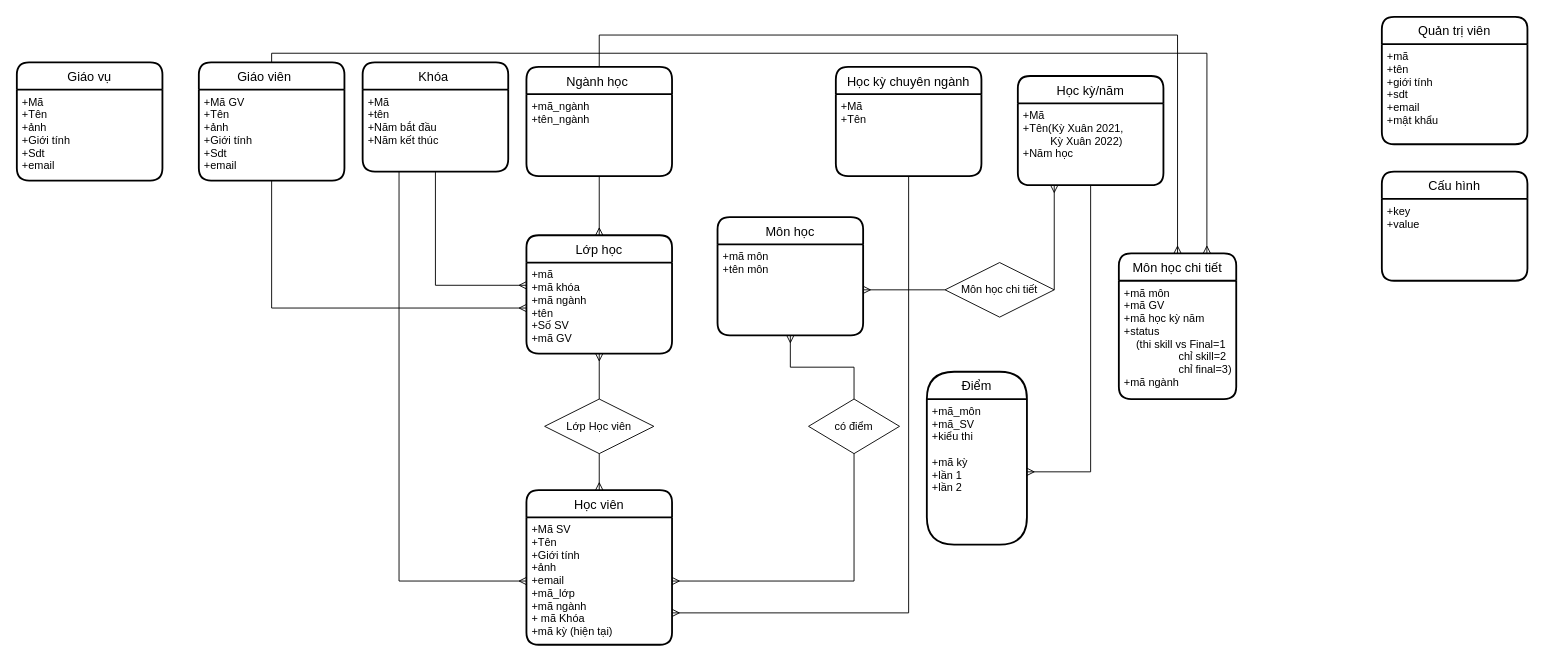
Before: page "Page-1" (1 of 2) of document/QuanLyDiem - So_do_thuc_the.drawio in AnhQB/QuanLyDiemHocVien, a draw.io diagram. Source tidied: cells renumbered, new cells numbered last; positions are measured from the earlier drawing's top-left corner, leaving out a move shared by most shapes. Both pictures are drawn from the tidied source at 91%, with x=0, y=0 at pixel (16, 16).
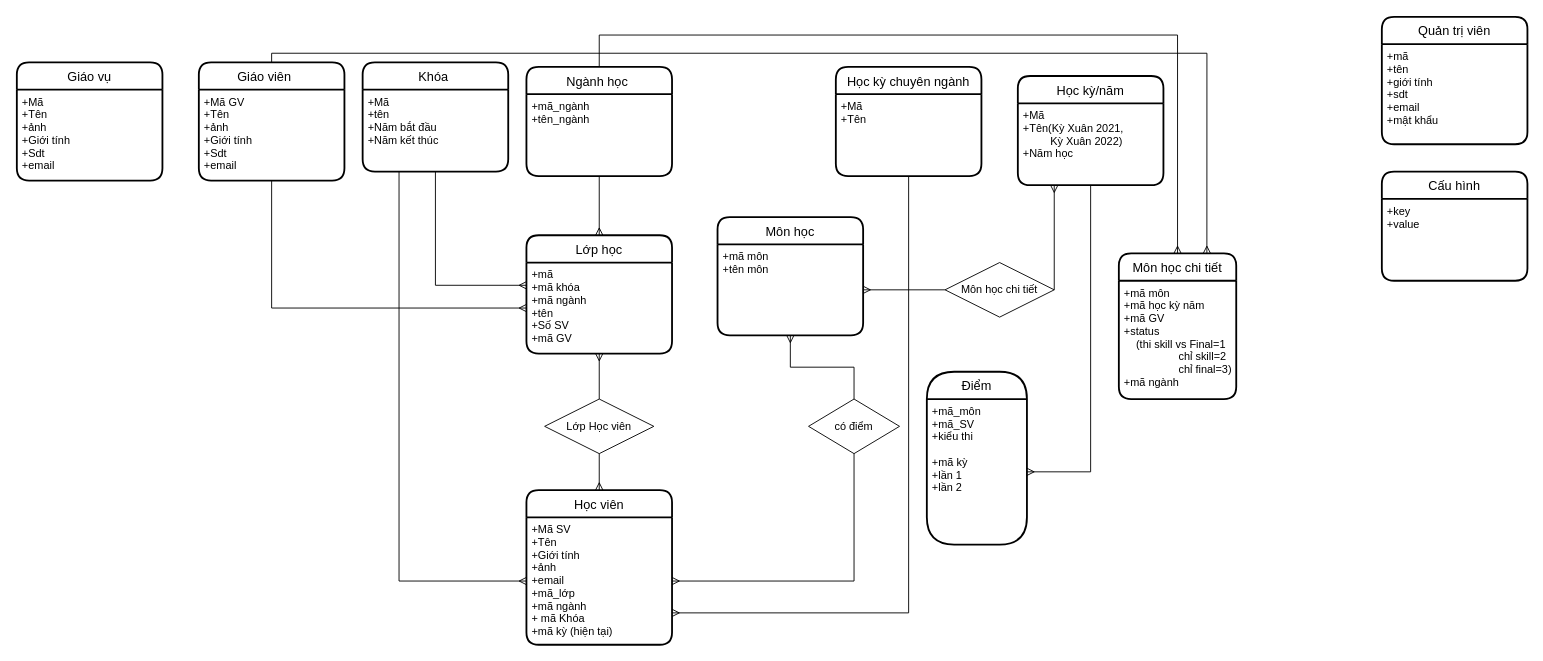
The same diagram, later.

The change refers to these unchanged cells:
```xml
<mxCell id="43" value="Môn học chi tiết" style="swimlane;horizontal=1;startSize=30;rounded=1;fontSize=14;fontStyle=0;strokeWidth=2;shadow=0;dashed=0;align=center;" parent="1" vertex="1">
  <mxGeometry x="1211" y="260" width="129" height="160" as="geometry" />
</mxCell>
```

What changed in the source:
```diff
@@
-    <mxCell id="44" value="+mã môn &#10;+mã GV&#10;+mã học kỳ năm&#10;+status&#10;    (thi skill vs Final=1&#10;                  chỉ skill=2    &#10;                  chỉ final=3)&#10;+mã ngành" style="align=left;strokeColor=none;fillColor=none;spacingLeft=4;fontSize=12;verticalAlign=top;" parent="43" vertex="1">
+    <mxCell id="44" value="+mã môn &#10;+mã học kỳ năm&#10;+mã GV&#10;+status&#10;    (thi skill vs Final=1&#10;                  chỉ skill=2    &#10;                  chỉ final=3)&#10;+mã ngành" style="align=left;strokeColor=none;fillColor=none;spacingLeft=4;fontSize=12;verticalAlign=top;" parent="43" vertex="1">
       <mxGeometry y="30" width="129" height="130" as="geometry" />
     </mxCell>
```
